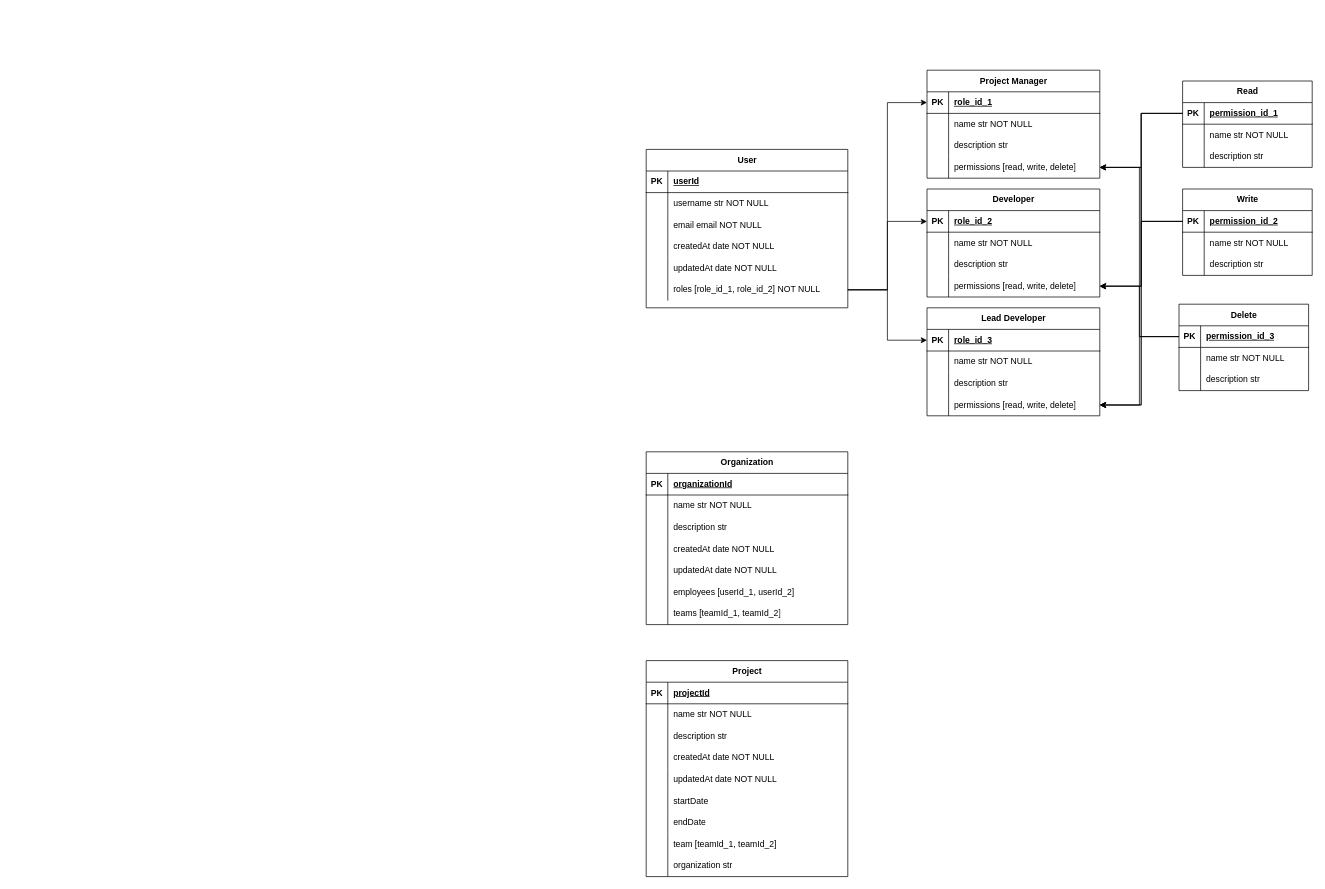
This is Project Sage.drawio from LeePaulison/project_sage, a draw.io file, before an edit. Source tidied: cells renumbered, new cells numbered last; positions are measured from the earlier drawing's top-left corner, leaving out a move shared by most shapes. Both pictures are drawn from the tidied source at 72%, with x=0, y=0 at pixel (646, 70).
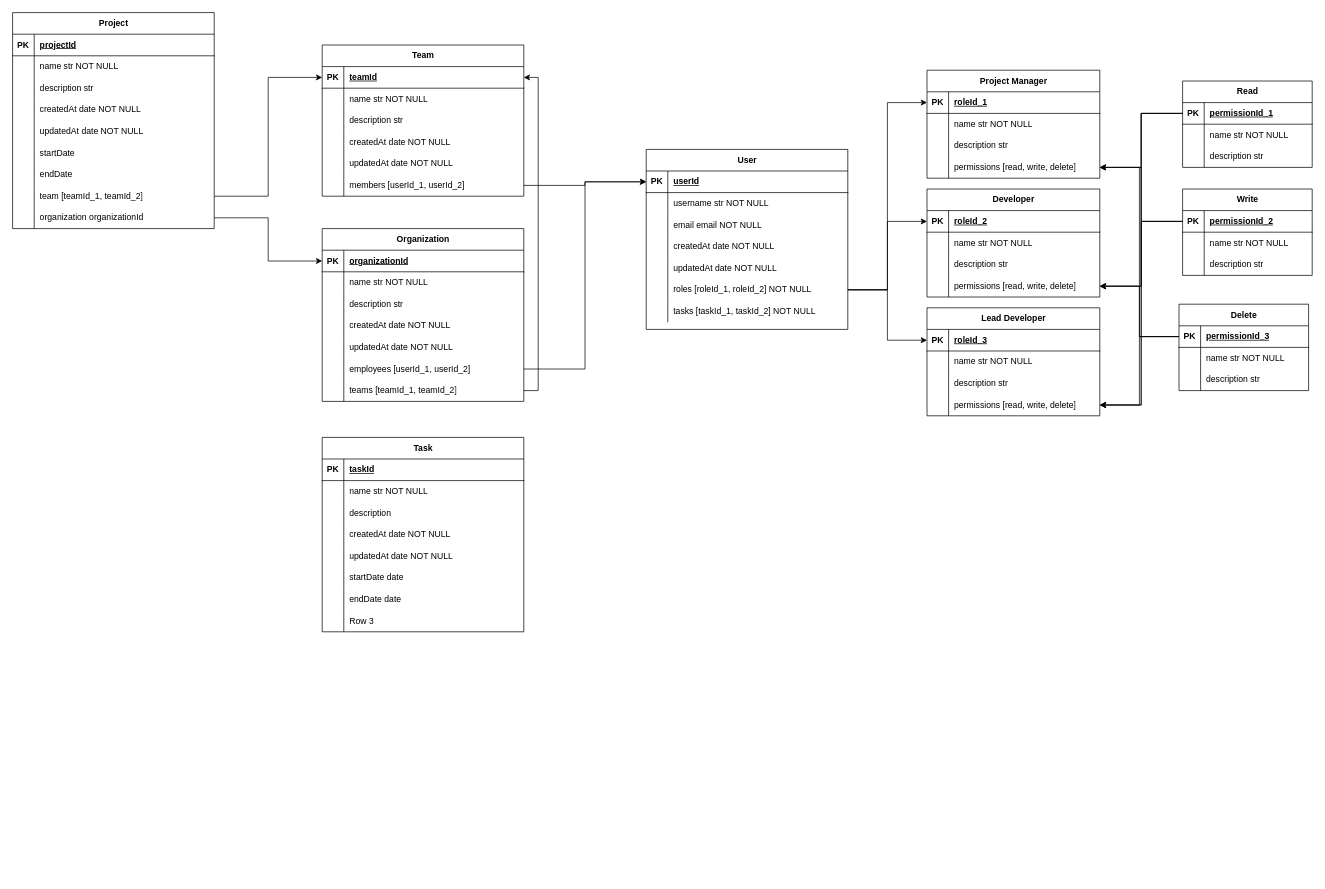
Above is the later version.

Commit message:
Task Collection

The change refers to these unchanged cells:
```xml
<mxCell id="3" style="shape=tableRow;horizontal=0;startSize=0;swimlaneHead=0;swimlaneBody=0;fillColor=none;points=[[0,0.5],[1,0.5]];portConstraint=eastwest;top=0;left=0;right=0;bottom=1;" parent="2" vertex="1">
  <mxGeometry y="30" width="280" height="30" as="geometry" />
</mxCell>
<mxCell id="18" style="shape=tableRow;horizontal=0;startSize=0;swimlaneHead=0;swimlaneBody=0;fillColor=none;points=[[0,0.5],[1,0.5]];portConstraint=eastwest;top=0;left=0;right=0;bottom=0;" parent="2" vertex="1">
  <mxGeometry y="180" width="280" height="30" as="geometry" />
</mxCell>
<mxCell id="24" style="shape=tableRow;horizontal=0;startSize=0;swimlaneHead=0;swimlaneBody=0;fillColor=none;points=[[0,0.5],[1,0.5]];portConstraint=eastwest;top=0;left=0;right=0;bottom=1;" parent="23" vertex="1">
  <mxGeometry y="30" width="240" height="30" as="geometry" />
</mxCell>
<mxCell id="37" style="shape=tableRow;horizontal=0;startSize=0;swimlaneHead=0;swimlaneBody=0;fillColor=none;points=[[0,0.5],[1,0.5]];portConstraint=eastwest;top=0;left=0;right=0;bottom=1;" parent="36" vertex="1">
  <mxGeometry y="30" width="180" height="30" as="geometry" />
</mxCell>
<mxCell id="47" style="shape=tableRow;horizontal=0;startSize=0;swimlaneHead=0;swimlaneBody=0;fillColor=none;points=[[0,0.5],[1,0.5]];portConstraint=eastwest;top=0;left=0;right=0;bottom=1;" parent="46" vertex="1">
  <mxGeometry y="30" width="240" height="30" as="geometry" />
</mxCell>
<mxCell id="60" style="shape=tableRow;horizontal=0;startSize=0;swimlaneHead=0;swimlaneBody=0;fillColor=none;points=[[0,0.5],[1,0.5]];portConstraint=eastwest;top=0;left=0;right=0;bottom=1;" parent="59" vertex="1">
  <mxGeometry y="30" width="240" height="30" as="geometry" />
</mxCell>
<mxCell id="73" style="shape=tableRow;horizontal=0;startSize=0;swimlaneHead=0;swimlaneBody=0;fillColor=none;points=[[0,0.5],[1,0.5]];portConstraint=eastwest;top=0;left=0;right=0;bottom=1;" parent="72" vertex="1">
  <mxGeometry y="30" width="180" height="30" as="geometry" />
</mxCell>
<mxCell id="83" style="shape=tableRow;horizontal=0;startSize=0;swimlaneHead=0;swimlaneBody=0;fillColor=none;points=[[0,0.5],[1,0.5]];portConstraint=eastwest;top=0;left=0;right=0;bottom=1;" parent="82" vertex="1">
  <mxGeometry y="30" width="180" height="30" as="geometry" />
</mxCell>
<mxCell id="126" style="shape=tableRow;horizontal=0;startSize=0;swimlaneHead=0;swimlaneBody=0;fillColor=none;points=[[0,0.5],[1,0.5]];portConstraint=eastwest;top=0;left=0;right=0;bottom=0;" parent="104" vertex="1">
  <mxGeometry y="240" width="280" height="30" as="geometry" />
</mxCell>
<mxCell id="129" style="shape=tableRow;horizontal=0;startSize=0;swimlaneHead=0;swimlaneBody=0;fillColor=none;points=[[0,0.5],[1,0.5]];portConstraint=eastwest;top=0;left=0;right=0;bottom=0;" parent="104" vertex="1">
  <mxGeometry y="270" width="280" height="30" as="geometry" />
</mxCell>
<mxCell id="133" style="shape=tableRow;horizontal=0;startSize=0;swimlaneHead=0;swimlaneBody=0;fillColor=none;points=[[0,0.5],[1,0.5]];portConstraint=eastwest;top=0;left=0;right=0;bottom=1;" parent="132" vertex="1">
  <mxGeometry y="30" width="280" height="30" as="geometry" />
</mxCell>
<mxCell id="148" style="shape=tableRow;horizontal=0;startSize=0;swimlaneHead=0;swimlaneBody=0;fillColor=none;points=[[0,0.5],[1,0.5]];portConstraint=eastwest;top=0;left=0;right=0;bottom=0;" parent="132" vertex="1">
  <mxGeometry y="180" width="280" height="30" as="geometry" />
</mxCell>
<mxCell id="151" style="shape=tableRow;horizontal=0;startSize=0;swimlaneHead=0;swimlaneBody=0;fillColor=none;points=[[0,0.5],[1,0.5]];portConstraint=eastwest;top=0;left=0;right=0;bottom=0;" parent="132" vertex="1">
  <mxGeometry y="210" width="280" height="30" as="geometry" />
</mxCell>
```

The edit, as a diff of the source:
```diff
@@
     <mxCell id="2" value="User" style="shape=table;startSize=30;childLayout=tableLayout;rowLines=0;fontStyle=1;align=center;html=1;" parent="1" vertex="1">
-      <mxGeometry y="110" width="280" height="220" as="geometry" />
+      <mxGeometry y="110" width="280" height="250" as="geometry" />
     </mxCell>
@@
-    <mxCell id="20" value="roles [role_id_1, role_id_2] NOT NULL" style="shape=partialRectangle;fillColor=none;top=0;left=0;bottom=0;right=0;align=left;spacingLeft=6;overflow=hidden;whiteSpace=wrap;html=1;" parent="18" vertex="1">
+    <mxCell id="20" value="roles [roleId_1, roleId_2] NOT NULL" style="shape=partialRectangle;fillColor=none;top=0;left=0;bottom=0;right=0;align=left;spacingLeft=6;overflow=hidden;whiteSpace=wrap;html=1;" parent="18" vertex="1">
       <mxGeometry x="30" width="250" height="30" as="geometry" />
     </mxCell>
+    <mxCell id="154" style="shape=tableRow;horizontal=0;startSize=0;swimlaneHead=0;swimlaneBody=0;fillColor=none;top=0;left=0;right=0;bottom=0;" parent="2" vertex="1">
+      <mxGeometry y="210" width="280" height="30" as="geometry" />
+    </mxCell>
+    <mxCell id="155" style="shape=partialRectangle;fillColor=none;top=0;left=0;bottom=0;right=0;overflow=hidden;whiteSpace=wrap;html=1;" parent="154" vertex="1">
+      <mxGeometry width="30" height="30" as="geometry" />
+    </mxCell>
+    <mxCell id="156" value="tasks [taskId_1, taskId_2] NOT NULL" style="shape=partialRectangle;fillColor=none;top=0;left=0;bottom=0;right=0;align=left;spacingLeft=6;overflow=hidden;whiteSpace=wrap;html=1;" parent="154" vertex="1">
+      <mxGeometry x="30" width="250" height="30" as="geometry" />
+    </mxCell>
@@
-    <mxCell id="26" value="role_id_1" style="shape=partialRectangle;fillColor=none;top=0;left=0;bottom=0;right=0;align=left;spacingLeft=6;fontStyle=5;overflow=hidden;whiteSpace=wrap;html=1;" parent="24" vertex="1">
+    <mxCell id="26" value="roleId_1" style="shape=partialRectangle;fillColor=none;top=0;left=0;bottom=0;right=0;align=left;spacingLeft=6;fontStyle=5;overflow=hidden;whiteSpace=wrap;html=1;" parent="24" vertex="1">
       <mxGeometry x="30" width="210" height="30" as="geometry" />
     </mxCell>
@@
-    <mxCell id="39" value="permission_id_1" style="shape=partialRectangle;fillColor=none;top=0;left=0;bottom=0;right=0;align=left;spacingLeft=6;fontStyle=5;overflow=hidden;whiteSpace=wrap;html=1;" parent="37" vertex="1">
+    <mxCell id="39" value="permissionId_1" style="shape=partialRectangle;fillColor=none;top=0;left=0;bottom=0;right=0;align=left;spacingLeft=6;fontStyle=5;overflow=hidden;whiteSpace=wrap;html=1;" parent="37" vertex="1">
       <mxGeometry x="30" width="150" height="30" as="geometry" />
     </mxCell>
@@
-    <mxCell id="49" value="role_id_2" style="shape=partialRectangle;fillColor=none;top=0;left=0;bottom=0;right=0;align=left;spacingLeft=6;fontStyle=5;overflow=hidden;whiteSpace=wrap;html=1;" parent="47" vertex="1">
+    <mxCell id="49" value="roleId_2" style="shape=partialRectangle;fillColor=none;top=0;left=0;bottom=0;right=0;align=left;spacingLeft=6;fontStyle=5;overflow=hidden;whiteSpace=wrap;html=1;" parent="47" vertex="1">
       <mxGeometry x="30" width="210" height="30" as="geometry" />
     </mxCell>
@@
-    <mxCell id="62" value="role_id_3" style="shape=partialRectangle;fillColor=none;top=0;left=0;bottom=0;right=0;align=left;spacingLeft=6;fontStyle=5;overflow=hidden;whiteSpace=wrap;html=1;" parent="60" vertex="1">
+    <mxCell id="62" value="roleId_3" style="shape=partialRectangle;fillColor=none;top=0;left=0;bottom=0;right=0;align=left;spacingLeft=6;fontStyle=5;overflow=hidden;whiteSpace=wrap;html=1;" parent="60" vertex="1">
       <mxGeometry x="30" width="210" height="30" as="geometry" />
     </mxCell>
@@
-    <mxCell id="75" value="permission_id_2" style="shape=partialRectangle;fillColor=none;top=0;left=0;bottom=0;right=0;align=left;spacingLeft=6;fontStyle=5;overflow=hidden;whiteSpace=wrap;html=1;" parent="73" vertex="1">
+    <mxCell id="75" value="permissionId_2" style="shape=partialRectangle;fillColor=none;top=0;left=0;bottom=0;right=0;align=left;spacingLeft=6;fontStyle=5;overflow=hidden;whiteSpace=wrap;html=1;" parent="73" vertex="1">
       <mxGeometry x="30" width="150" height="30" as="geometry" />
     </mxCell>
@@
-    <mxCell id="85" value="permission_id_3" style="shape=partialRectangle;fillColor=none;top=0;left=0;bottom=0;right=0;align=left;spacingLeft=6;fontStyle=5;overflow=hidden;whiteSpace=wrap;html=1;" parent="83" vertex="1">
+    <mxCell id="85" value="permissionId_3" style="shape=partialRectangle;fillColor=none;top=0;left=0;bottom=0;right=0;align=left;spacingLeft=6;fontStyle=5;overflow=hidden;whiteSpace=wrap;html=1;" parent="83" vertex="1">
       <mxGeometry x="30" width="150" height="30" as="geometry" />
     </mxCell>
@@
     <mxCell id="104" value="Project" style="shape=table;startSize=30;childLayout=tableLayout;rowLines=0;fontStyle=1;align=center;html=1;" parent="1" vertex="1">
-      <mxGeometry y="820" width="280" height="300" as="geometry" />
+      <mxGeometry x="-880" y="-80" width="280" height="300" as="geometry" />
     </mxCell>
@@
-    <mxCell id="131" value="organization str" style="shape=partialRectangle;fillColor=none;top=0;left=0;bottom=0;right=0;align=left;spacingLeft=6;overflow=hidden;whiteSpace=wrap;html=1;" parent="129" vertex="1">
+    <mxCell id="131" value="organization organizationId" style="shape=partialRectangle;fillColor=none;top=0;left=0;bottom=0;right=0;align=left;spacingLeft=6;overflow=hidden;whiteSpace=wrap;html=1;" parent="129" vertex="1">
       <mxGeometry x="30" width="250" height="30" as="geometry" />
     </mxCell>
     <mxCell id="132" value="Organization" style="shape=table;startSize=30;childLayout=tableLayout;rowLines=0;fontStyle=1;align=center;html=1;" parent="1" vertex="1">
-      <mxGeometry y="530" width="280" height="240" as="geometry" />
+      <mxGeometry x="-450" y="220" width="280" height="240" as="geometry" />
     </mxCell>
@@
+    <mxCell id="157" value="Team" style="shape=table;startSize=30;childLayout=tableLayout;rowLines=0;fontStyle=1;align=center;html=1;" parent="1" vertex="1">
+      <mxGeometry x="-450" y="-35" width="280" height="210" as="geometry" />
+    </mxCell>
+    <mxCell id="158" style="shape=tableRow;horizontal=0;startSize=0;swimlaneHead=0;swimlaneBody=0;fillColor=none;points=[[0,0.5],[1,0.5]];portConstraint=eastwest;top=0;left=0;right=0;bottom=1;" parent="157" vertex="1">
+      <mxGeometry y="30" width="280" height="30" as="geometry" />
+    </mxCell>
+    <mxCell id="159" value="PK" style="shape=partialRectangle;fillColor=none;top=0;left=0;bottom=0;right=0;fontStyle=1;overflow=hidden;whiteSpace=wrap;html=1;" parent="158" vertex="1">
+      <mxGeometry width="30" height="30" as="geometry" />
+    </mxCell>
+    <mxCell id="160" value="teamId" style="shape=partialRectangle;fillColor=none;top=0;left=0;bottom=0;right=0;align=left;spacingLeft=6;fontStyle=5;overflow=hidden;whiteSpace=wrap;html=1;" parent="158" vertex="1">
+      <mxGeometry x="30" width="250" height="30" as="geometry" />
+    </mxCell>
+    <mxCell id="161" style="shape=tableRow;horizontal=0;startSize=0;swimlaneHead=0;swimlaneBody=0;fillColor=none;top=0;left=0;right=0;bottom=0;" parent="157" vertex="1">
+      <mxGeometry y="60" width="280" height="30" as="geometry" />
+    </mxCell>
+    <mxCell id="162" style="shape=partialRectangle;fillColor=none;top=0;left=0;bottom=0;right=0;overflow=hidden;whiteSpace=wrap;html=1;" parent="161" vertex="1">
+      <mxGeometry width="30" height="30" as="geometry" />
+    </mxCell>
+    <mxCell id="163" value="name str NOT NULL" style="shape=partialRectangle;fillColor=none;top=0;left=0;bottom=0;right=0;align=left;spacingLeft=6;overflow=hidden;whiteSpace=wrap;html=1;" parent="161" vertex="1">
+      <mxGeometry x="30" width="250" height="30" as="geometry" />
+    </mxCell>
+    <mxCell id="164" style="shape=tableRow;horizontal=0;startSize=0;swimlaneHead=0;swimlaneBody=0;fillColor=none;top=0;left=0;right=0;bottom=0;" parent="157" vertex="1">
+      <mxGeometry y="90" width="280" height="30" as="geometry" />
+    </mxCell>
+    <mxCell id="165" style="shape=partialRectangle;fillColor=none;top=0;left=0;bottom=0;right=0;overflow=hidden;whiteSpace=wrap;html=1;" parent="164" vertex="1">
+      <mxGeometry width="30" height="30" as="geometry" />
+    </mxCell>
+    <mxCell id="166" value="description str" style="shape=partialRectangle;fillColor=none;top=0;left=0;bottom=0;right=0;align=left;spacingLeft=6;overflow=hidden;whiteSpace=wrap;html=1;" parent="164" vertex="1">
+      <mxGeometry x="30" width="250" height="30" as="geometry" />
+    </mxCell>
+    <mxCell id="167" style="shape=tableRow;horizontal=0;startSize=0;swimlaneHead=0;swimlaneBody=0;fillColor=none;top=0;left=0;right=0;bottom=0;" parent="157" vertex="1">
+      <mxGeometry y="120" width="280" height="30" as="geometry" />
+    </mxCell>
+    <mxCell id="168" style="shape=partialRectangle;fillColor=none;top=0;left=0;bottom=0;right=0;overflow=hidden;whiteSpace=wrap;html=1;" parent="167" vertex="1">
+      <mxGeometry width="30" height="30" as="geometry" />
+    </mxCell>
+    <mxCell id="169" value="createdAt date NOT NULL" style="shape=partialRectangle;fillColor=none;top=0;left=0;bottom=0;right=0;align=left;spacingLeft=6;overflow=hidden;whiteSpace=wrap;html=1;" parent="167" vertex="1">
+      <mxGeometry x="30" width="250" height="30" as="geometry" />
+    </mxCell>
+    <mxCell id="170" style="shape=tableRow;horizontal=0;startSize=0;swimlaneHead=0;swimlaneBody=0;fillColor=none;top=0;left=0;right=0;bottom=0;" parent="157" vertex="1">
+      <mxGeometry y="150" width="280" height="30" as="geometry" />
+    </mxCell>
+    <mxCell id="171" style="shape=partialRectangle;fillColor=none;top=0;left=0;bottom=0;right=0;overflow=hidden;whiteSpace=wrap;html=1;" parent="170" vertex="1">
+      <mxGeometry width="30" height="30" as="geometry" />
+    </mxCell>
+    <mxCell id="172" value="updatedAt date NOT NULL" style="shape=partialRectangle;fillColor=none;top=0;left=0;bottom=0;right=0;align=left;spacingLeft=6;overflow=hidden;whiteSpace=wrap;html=1;" parent="170" vertex="1">
+      <mxGeometry x="30" width="250" height="30" as="geometry" />
+    </mxCell>
+    <mxCell id="173" style="shape=tableRow;horizontal=0;startSize=0;swimlaneHead=0;swimlaneBody=0;fillColor=none;points=[[0,0.5],[1,0.5]];portConstraint=eastwest;top=0;left=0;right=0;bottom=0;" parent="157" vertex="1">
+      <mxGeometry y="180" width="280" height="30" as="geometry" />
+    </mxCell>
+    <mxCell id="174" style="shape=partialRectangle;fillColor=none;top=0;left=0;bottom=0;right=0;overflow=hidden;whiteSpace=wrap;html=1;" parent="173" vertex="1">
+      <mxGeometry width="30" height="30" as="geometry" />
+    </mxCell>
+    <mxCell id="175" value="members [userId_1, userId_2]" style="shape=partialRectangle;fillColor=none;top=0;left=0;bottom=0;right=0;align=left;spacingLeft=6;overflow=hidden;whiteSpace=wrap;html=1;" parent="173" vertex="1">
+      <mxGeometry x="30" width="250" height="30" as="geometry" />
+    </mxCell>
+    <mxCell id="176" style="edgeStyle=orthogonalEdgeStyle;rounded=0;jettySize=auto;html=1;exitX=1;exitY=0.5;exitDx=0;exitDy=0;entryX=0;entryY=0.5;entryDx=0;entryDy=0;" parent="1" edge="1" source="126" target="158">
+      <mxGeometry relative="1" as="geometry" />
+    </mxCell>
+    <mxCell id="177" style="edgeStyle=orthogonalEdgeStyle;rounded=0;jettySize=auto;html=1;exitX=1;exitY=0.5;exitDx=0;exitDy=0;entryX=0;entryY=0.5;entryDx=0;entryDy=0;" parent="1" edge="1" source="129" target="133">
+      <mxGeometry relative="1" as="geometry" />
+    </mxCell>
+    <mxCell id="178" style="edgeStyle=orthogonalEdgeStyle;rounded=0;jettySize=auto;html=1;exitX=1;exitY=0.5;exitDx=0;exitDy=0;entryX=1;entryY=0.5;entryDx=0;entryDy=0;" parent="1" edge="1" source="151" target="158">
+      <mxGeometry relative="1" as="geometry" />
+    </mxCell>
+    <mxCell id="179" style="edgeStyle=orthogonalEdgeStyle;rounded=0;jettySize=auto;html=1;exitX=1;exitY=0.5;exitDx=0;exitDy=0;entryX=0;entryY=0.5;entryDx=0;entryDy=0;" parent="1" edge="1" source="148" target="3">
+      <mxGeometry relative="1" as="geometry" />
+    </mxCell>
+    <mxCell id="180" style="edgeStyle=orthogonalEdgeStyle;rounded=0;jettySize=auto;html=1;exitX=1;exitY=0.5;exitDx=0;exitDy=0;entryX=0;entryY=0.5;entryDx=0;entryDy=0;" parent="1" edge="1" source="173" target="3">
+      <mxGeometry relative="1" as="geometry" />
+    </mxCell>
+    <mxCell id="181" value="Task" style="shape=table;startSize=30;childLayout=tableLayout;rowLines=0;fontStyle=1;align=center;html=1;" parent="1" vertex="1">
+      <mxGeometry x="-450" y="510" width="280" height="270" as="geometry" />
+    </mxCell>
+    <mxCell id="182" style="shape=tableRow;horizontal=0;startSize=0;swimlaneHead=0;swimlaneBody=0;fillColor=none;top=0;left=0;right=0;bottom=1;" parent="181" vertex="1">
+      <mxGeometry y="30" width="280" height="30" as="geometry" />
+    </mxCell>
+    <mxCell id="183" value="PK" style="shape=partialRectangle;fillColor=none;top=0;left=0;bottom=0;right=0;fontStyle=1;overflow=hidden;whiteSpace=wrap;html=1;" parent="182" vertex="1">
+      <mxGeometry width="30" height="30" as="geometry" />
+    </mxCell>
+    <mxCell id="184" value="taskId" style="shape=partialRectangle;fillColor=none;top=0;left=0;bottom=0;right=0;align=left;spacingLeft=6;fontStyle=5;overflow=hidden;whiteSpace=wrap;html=1;" parent="182" vertex="1">
+      <mxGeometry x="30" width="250" height="30" as="geometry" />
+    </mxCell>
+    <mxCell id="185" style="shape=tableRow;horizontal=0;startSize=0;swimlaneHead=0;swimlaneBody=0;fillColor=none;top=0;left=0;right=0;bottom=0;" parent="181" vertex="1">
+      <mxGeometry y="60" width="280" height="30" as="geometry" />
+    </mxCell>
+    <mxCell id="186" style="shape=partialRectangle;fillColor=none;top=0;left=0;bottom=0;right=0;overflow=hidden;whiteSpace=wrap;html=1;" parent="185" vertex="1">
+      <mxGeometry width="30" height="30" as="geometry" />
+    </mxCell>
+    <mxCell id="187" value="name str NOT NULL" style="shape=partialRectangle;fillColor=none;top=0;left=0;bottom=0;right=0;align=left;spacingLeft=6;overflow=hidden;whiteSpace=wrap;html=1;" parent="185" vertex="1">
+      <mxGeometry x="30" width="250" height="30" as="geometry" />
+    </mxCell>
+    <mxCell id="188" style="shape=tableRow;horizontal=0;startSize=0;swimlaneHead=0;swimlaneBody=0;fillColor=none;top=0;left=0;right=0;bottom=0;" parent="181" vertex="1">
+      <mxGeometry y="90" width="280" height="30" as="geometry" />
+    </mxCell>
+    <mxCell id="189" style="shape=partialRectangle;fillColor=none;top=0;left=0;bottom=0;right=0;overflow=hidden;whiteSpace=wrap;html=1;" parent="188" vertex="1">
+      <mxGeometry width="30" height="30" as="geometry" />
+    </mxCell>
+    <mxCell id="190" value="description" style="shape=partialRectangle;fillColor=none;top=0;left=0;bottom=0;right=0;align=left;spacingLeft=6;overflow=hidden;whiteSpace=wrap;html=1;" parent="188" vertex="1">
+      <mxGeometry x="30" width="250" height="30" as="geometry" />
+    </mxCell>
+    <mxCell id="191" style="shape=tableRow;horizontal=0;startSize=0;swimlaneHead=0;swimlaneBody=0;fillColor=none;top=0;left=0;right=0;bottom=0;" parent="181" vertex="1">
+      <mxGeometry y="120" width="280" height="30" as="geometry" />
+    </mxCell>
+    <mxCell id="192" style="shape=partialRectangle;fillColor=none;top=0;left=0;bottom=0;right=0;overflow=hidden;whiteSpace=wrap;html=1;" parent="191" vertex="1">
+      <mxGeometry width="30" height="30" as="geometry" />
+    </mxCell>
+    <mxCell id="193" value="createdAt date NOT NULL" style="shape=partialRectangle;fillColor=none;top=0;left=0;bottom=0;right=0;align=left;spacingLeft=6;overflow=hidden;whiteSpace=wrap;html=1;" parent="191" vertex="1">
+      <mxGeometry x="30" width="250" height="30" as="geometry" />
+    </mxCell>
+    <mxCell id="194" style="shape=tableRow;horizontal=0;startSize=0;swimlaneHead=0;swimlaneBody=0;fillColor=none;top=0;left=0;right=0;bottom=0;" parent="181" vertex="1">
+      <mxGeometry y="150" width="280" height="30" as="geometry" />
+    </mxCell>
+    <mxCell id="195" style="shape=partialRectangle;fillColor=none;top=0;left=0;bottom=0;right=0;overflow=hidden;whiteSpace=wrap;html=1;" parent="194" vertex="1">
+      <mxGeometry width="30" height="30" as="geometry" />
+    </mxCell>
+    <mxCell id="196" value="updatedAt date NOT NULL" style="shape=partialRectangle;fillColor=none;top=0;left=0;bottom=0;right=0;align=left;spacingLeft=6;overflow=hidden;whiteSpace=wrap;html=1;" parent="194" vertex="1">
+      <mxGeometry x="30" width="250" height="30" as="geometry" />
+    </mxCell>
+    <mxCell id="197" style="shape=tableRow;horizontal=0;startSize=0;swimlaneHead=0;swimlaneBody=0;fillColor=none;top=0;left=0;right=0;bottom=0;" parent="181" vertex="1">
+      <mxGeometry y="180" width="280" height="30" as="geometry" />
+    </mxCell>
+    <mxCell id="198" style="shape=partialRectangle;fillColor=none;top=0;left=0;bottom=0;right=0;overflow=hidden;whiteSpace=wrap;html=1;" parent="197" vertex="1">
+      <mxGeometry width="30" height="30" as="geometry" />
+    </mxCell>
+    <mxCell id="199" value="startDate date" style="shape=partialRectangle;fillColor=none;top=0;left=0;bottom=0;right=0;align=left;spacingLeft=6;overflow=hidden;whiteSpace=wrap;html=1;" parent="197" vertex="1">
+      <mxGeometry x="30" width="250" height="30" as="geometry" />
+    </mxCell>
+    <mxCell id="200" style="shape=tableRow;horizontal=0;startSize=0;swimlaneHead=0;swimlaneBody=0;fillColor=none;top=0;left=0;right=0;bottom=0;" parent="181" vertex="1">
+      <mxGeometry y="210" width="280" height="30" as="geometry" />
+    </mxCell>
+    <mxCell id="201" style="shape=partialRectangle;fillColor=none;top=0;left=0;bottom=0;right=0;overflow=hidden;whiteSpace=wrap;html=1;" parent="200" vertex="1">
+      <mxGeometry width="30" height="30" as="geometry" />
+    </mxCell>
+    <mxCell id="202" value="endDate date" style="shape=partialRectangle;fillColor=none;top=0;left=0;bottom=0;right=0;align=left;spacingLeft=6;overflow=hidden;whiteSpace=wrap;html=1;" parent="200" vertex="1">
+      <mxGeometry x="30" width="250" height="30" as="geometry" />
+    </mxCell>
+    <mxCell id="203" style="shape=tableRow;horizontal=0;startSize=0;swimlaneHead=0;swimlaneBody=0;fillColor=none;top=0;left=0;right=0;bottom=0;" parent="181" vertex="1">
+      <mxGeometry y="240" width="280" height="30" as="geometry" />
+    </mxCell>
+    <mxCell id="204" style="shape=partialRectangle;fillColor=none;top=0;left=0;bottom=0;right=0;overflow=hidden;whiteSpace=wrap;html=1;" parent="203" vertex="1">
+      <mxGeometry width="30" height="30" as="geometry" />
+    </mxCell>
+    <mxCell id="205" value="Row 3" style="shape=partialRectangle;fillColor=none;top=0;left=0;bottom=0;right=0;align=left;spacingLeft=6;overflow=hidden;whiteSpace=wrap;html=1;" parent="203" vertex="1">
+      <mxGeometry x="30" width="250" height="30" as="geometry" />
+    </mxCell>
```
